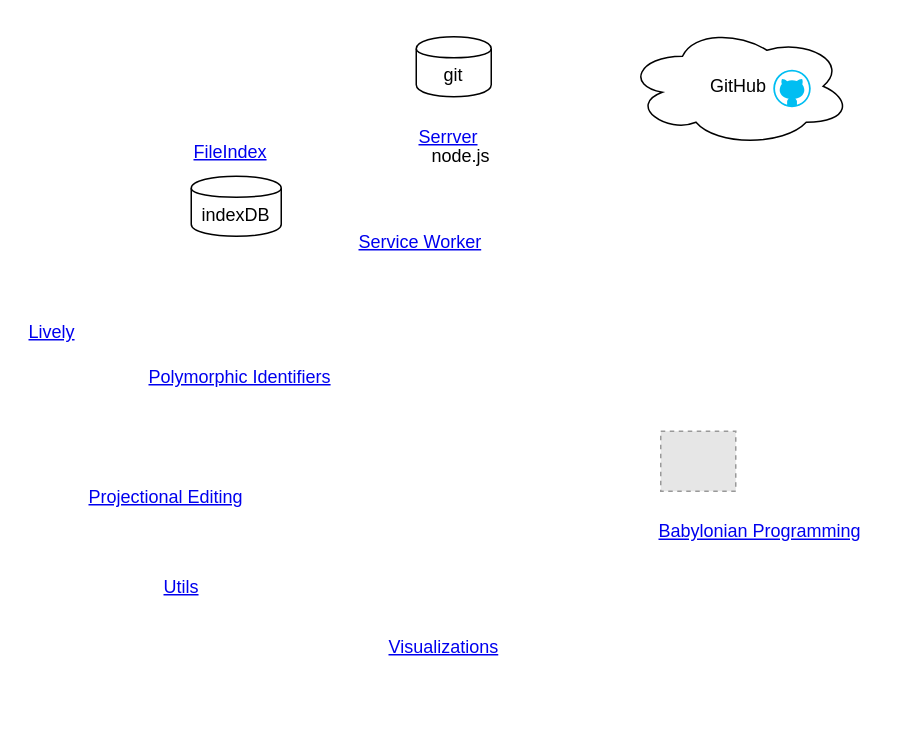
The draw.io diagram doc/architecture/architecture.drawio in LivelyKernel/lively4-core, before the edit. Source tidied: cells renumbered, new cells numbered last; positions are measured from the earlier drawing's top-left corner, leaving out a move shared by most shapes. Both pictures are drawn from the tidied source at 150%, with x=0, y=0 at pixel (26, 26). Pictures stored in the file or linked from it are replaced by grey dashed boxes.
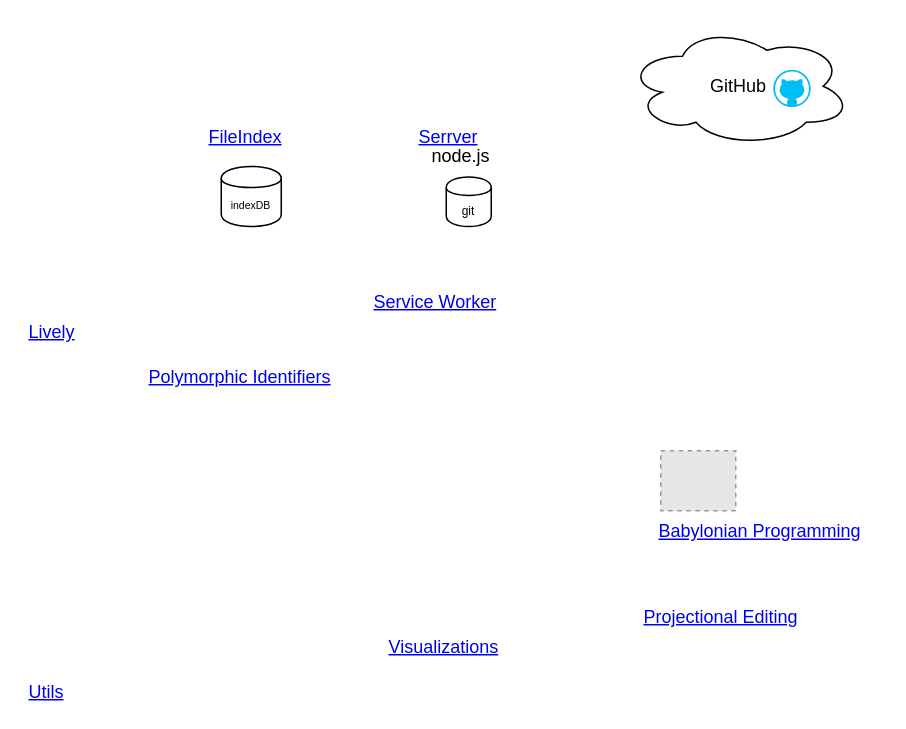
Above is the later version.

Diff of the diagram source:
```diff
@@
 <mxGraphModel background="#ffffff">
   <root>
     <mxCell id="0" />
     <mxCell id="1" parent="0" />
     <mxCell id="2" value="&lt;a href=&quot;babylonian-programming.md&quot;&gt;Babylonian Programming&lt;/a&gt;" style="text;html=1;" parent="1" vertex="1">
       <mxGeometry x="420" y="323" width="150" height="20" as="geometry" />
     </mxCell>
     <mxCell id="3" value="&lt;a href=&quot;fileindex.md&quot;&gt;FileIndex&lt;/a&gt;" style="text;html=1;" parent="1" vertex="1">
-      <mxGeometry x="110" y="70" width="60" height="20" as="geometry" />
+      <mxGeometry x="120" y="59.5" width="60" height="20" as="geometry" />
     </mxCell>
-    <mxCell id="4" value="indexDB" style="shape=cylinder;whiteSpace=wrap;html=1;boundedLbl=1;backgroundOutline=1;" parent="1" vertex="1">
-      <mxGeometry x="110" y="100" width="60" height="40" as="geometry" />
+    <mxCell id="4" value="indexDB" style="shape=cylinder;whiteSpace=wrap;html=1;boundedLbl=1;backgroundOutline=1;fontSize=7;" parent="1" vertex="1">
+      <mxGeometry x="130" y="93.5" width="40" height="40" as="geometry" />
     </mxCell>
     <mxCell id="5" style="fillColor=#E6E6E6;strokeColor=#999999;dashed=1;verticalLabelPosition=bottom;labelBackgroundColor=#ffffff;verticalAlign=top;" parent="1" vertex="1">
-      <mxGeometry x="423" y="270" width="50" height="40" as="geometry" />
+      <mxGeometry x="423" y="283" width="50" height="40" as="geometry" />
     </mxCell>
     <mxCell id="6" value="&lt;a href=&quot;lively.md&quot;&gt;Lively&lt;/a&gt;" style="text;html=1;" parent="1" vertex="1">
       <mxGeometry y="190" width="50" height="20" as="geometry" />
     </mxCell>
     <mxCell id="7" value="&lt;a href=&quot;polymorphic-identifiers.md&quot;&gt;Polymorphic Identifiers&lt;/a&gt;" style="text;html=1;" parent="1" vertex="1">
       <mxGeometry x="80" y="220" width="140" height="20" as="geometry" />
     </mxCell>
     <mxCell id="8" value="&lt;a href=&quot;server.md&quot;&gt;Serrver&lt;/a&gt;" style="text;html=1;" parent="1" vertex="1">
       <mxGeometry x="260" y="60" width="50" height="20" as="geometry" />
     </mxCell>
-    <mxCell id="9" value="git" style="shape=cylinder;whiteSpace=wrap;html=1;boundedLbl=1;backgroundOutline=1;" parent="1" vertex="1">
-      <mxGeometry x="260" y="7" width="50" height="40" as="geometry" />
+    <mxCell id="9" value="&lt;font style=&quot;font-size: 8px&quot;&gt;git&lt;/font&gt;" style="shape=cylinder;whiteSpace=wrap;html=1;boundedLbl=1;backgroundOutline=1;" parent="1" vertex="1">
+      <mxGeometry x="280" y="100.5" width="30" height="33" as="geometry" />
     </mxCell>
     <mxCell id="10" value="node.js" style="text;html=1;strokeColor=none;fillColor=none;align=center;verticalAlign=middle;whiteSpace=wrap;rounded=0;" parent="1" vertex="1">
       <mxGeometry x="270" y="79.6" width="40" height="14" as="geometry" />
     </mxCell>
     <mxCell id="11" value="&lt;a href=&quot;swx.md&quot;&gt;Service Worker&lt;/a&gt;" style="text;html=1;" parent="1" vertex="1">
-      <mxGeometry x="220" y="130" width="100" height="20" as="geometry" />
+      <mxGeometry x="230" y="170" width="100" height="20" as="geometry" />
     </mxCell>
     <mxCell id="12" value="&lt;a href=&quot;projectional-editing.md&quot;&gt;Projectional Editing&lt;/a&gt;" style="text;html=1;" parent="1" vertex="1">
-      <mxGeometry x="40" y="300" width="120" height="20" as="geometry" />
+      <mxGeometry x="410" y="380" width="120" height="20" as="geometry" />
     </mxCell>
     <mxCell id="13" value="&lt;a href=&quot;utils.md&quot;&gt;Utils&lt;/a&gt;" style="text;html=1;" parent="1" vertex="1">
-      <mxGeometry x="90" y="360" width="40" height="20" as="geometry" />
+      <mxGeometry y="430" width="40" height="20" as="geometry" />
     </mxCell>
     <mxCell id="14" value="&lt;a href=&quot;visualizations.md&quot;&gt;Visualizations&lt;/a&gt;" style="text;html=1;" parent="1" vertex="1">
       <mxGeometry x="240" y="400" width="90" height="20" as="geometry" />
     </mxCell>
     <mxCell id="15" style="group;" parent="1" vertex="1">
       <mxGeometry x="400" width="150" height="80" as="geometry" />
     </mxCell>
     <mxCell id="16" value="GitHub" style="ellipse;shape=cloud;whiteSpace=wrap;html=1;" parent="15" vertex="1">
       <mxGeometry width="150" height="80" as="geometry" />
     </mxCell>
     <mxCell id="17" style="verticalLabelPosition=bottom;html=1;verticalAlign=top;align=center;strokeColor=none;fillColor=#00BEF2;shape=mxgraph.azure.github_code;" parent="15" vertex="1">
       <mxGeometry x="98" y="29" width="25" height="25" as="geometry" />
     </mxCell>
   </root>
 </mxGraphModel>
```
